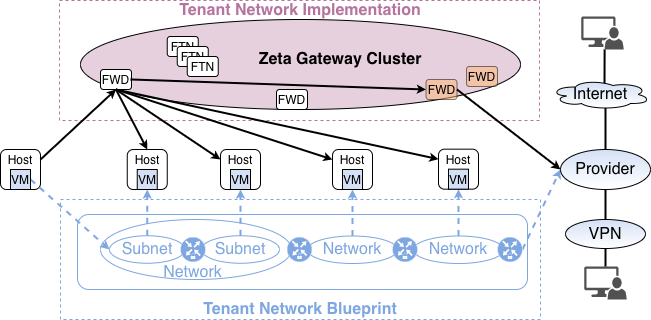
The draw.io diagram docs/design/png/Zeta_Diagrams_v1-Zeta_Data_Plane.png in CentaurusInfra/mizar, before a commit. Source tidied: cells renumbered, new cells last; positions are measured from the earlier drawing's top-left corner, leaving out a move shared by most shapes.
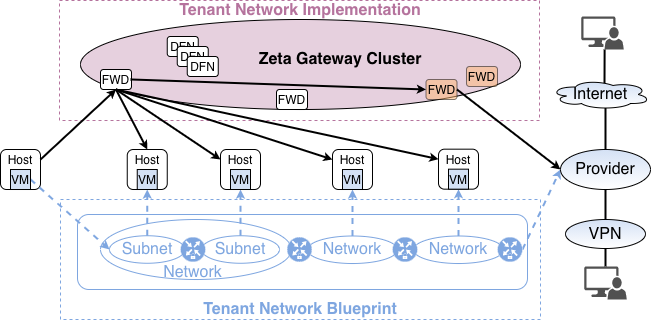
Later version of the same file.

Commit message:
Zeta: System Design Document v0.2

Change to the diagram source:
```diff
@@ -115,13 +115,13 @@
     <mxCell id="38" style="edgeStyle=none;rounded=0;jumpStyle=arc;jumpSize=12;jettySize=auto;html=1;endArrow=classic;endFill=1;strokeColor=#000000;strokeWidth=2;fontSize=16;fontColor=#000000;entryX=0;entryY=0.5;entryDx=0;entryDy=0;startSize=3;endSize=3;exitX=0.148;exitY=0.658;exitDx=0;exitDy=0;exitPerimeter=0;" parent="1" edge="1" source="3" target="30">
       <mxGeometry relative="1" as="geometry" />
     </mxCell>
-    <mxCell id="39" value="FTN" style="rounded=1;whiteSpace=wrap;html=1;fillColor=#FFFFFF;" parent="1" vertex="1">
+    <mxCell id="39" value="DFN" style="rounded=1;whiteSpace=wrap;html=1;fillColor=#FFFFFF;" parent="1" vertex="1">
       <mxGeometry x="166.8" y="36" width="31" height="20" as="geometry" />
     </mxCell>
-    <mxCell id="40" value="FTN" style="rounded=1;whiteSpace=wrap;html=1;fillColor=#FFFFFF;" parent="1" vertex="1">
+    <mxCell id="40" value="DFN" style="rounded=1;whiteSpace=wrap;html=1;fillColor=#FFFFFF;" parent="1" vertex="1">
       <mxGeometry x="176.8" y="46" width="31" height="20" as="geometry" />
     </mxCell>
-    <mxCell id="41" value="FTN" style="rounded=1;whiteSpace=wrap;html=1;fillColor=#FFFFFF;" parent="1" vertex="1">
+    <mxCell id="41" value="DFN" style="rounded=1;whiteSpace=wrap;html=1;fillColor=#FFFFFF;" parent="1" vertex="1">
       <mxGeometry x="186.8" y="56" width="31" height="20" as="geometry" />
     </mxCell>
     <mxCell id="42" value="FWD" style="rounded=1;whiteSpace=wrap;html=1;fillColor=#FFB570;opacity=50;" parent="1" vertex="1">
```
